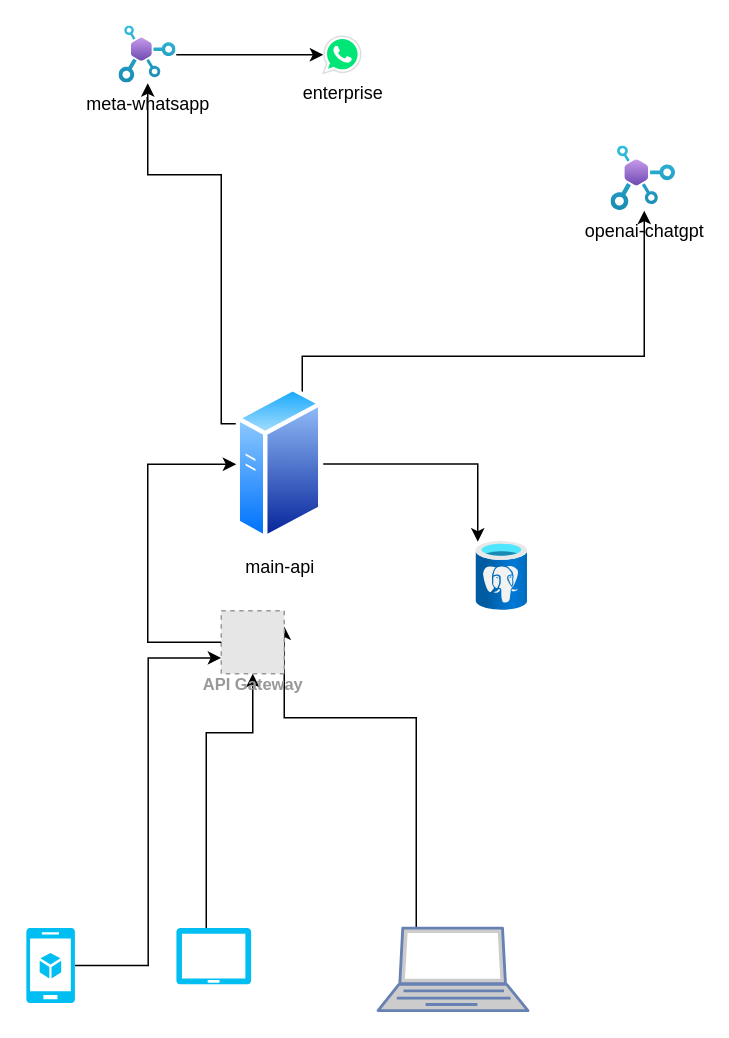
eacevedof/prj_python37 keeps this draw.io diagram as wa-chatgpt/infra.drawio. Above is the earlier version. Source tidied: cells renumbered, new cells numbered last; positions are measured from the earlier drawing's top-left corner, leaving out a move shared by most shapes. Both pictures are drawn from the tidied source at 150%, with x=0, y=0 at pixel (26, 26). Pictures stored in the file or linked from it are replaced by grey dashed boxes.
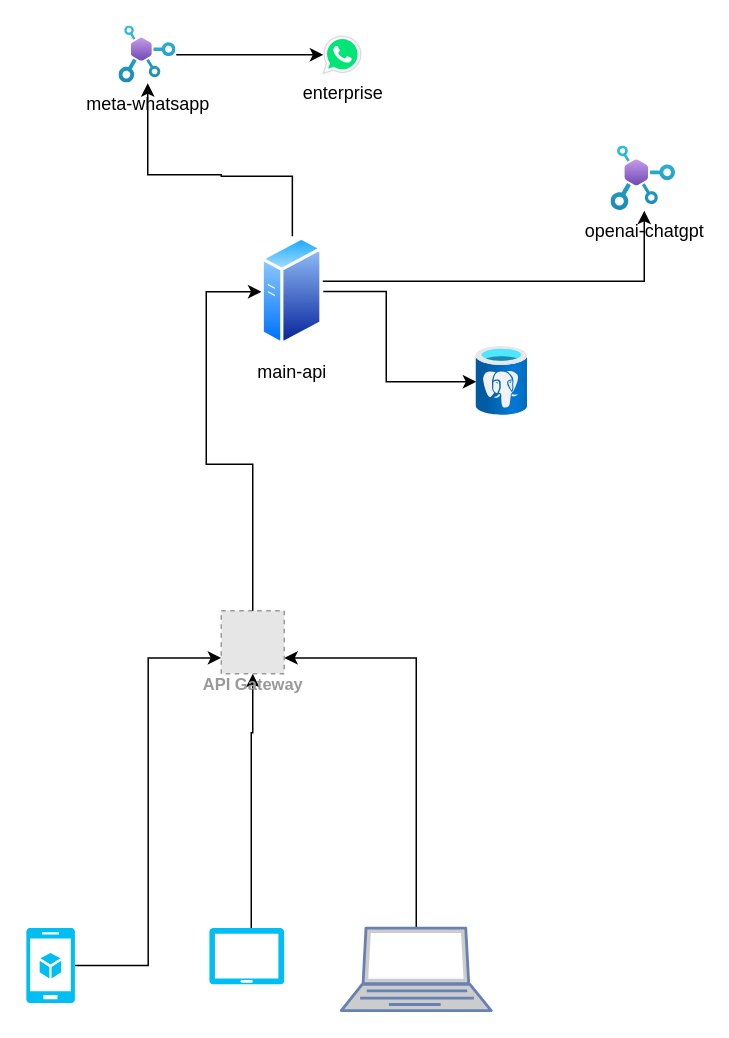
After the change.

Commit message (it also covers changes not shown here):
wa send message

The change refers to these unchanged cells:
```xml
<mxCell id="3" value="meta-whatsapp" style="image;html=1;points=[];align=center;fontSize=12;image=img/lib/azure2/web/API_Center.svg;" parent="1" vertex="1">
  <mxGeometry x="62" width="38" height="38" as="geometry" />
</mxCell>
<mxCell id="4" value="openai-chatgpt" style="image;html=1;points=[];align=center;fontSize=12;image=img/lib/azure2/web/API_Center.svg;" parent="1" vertex="1">
  <mxGeometry x="390" y="80" width="43" height="43" as="geometry" />
</mxCell>
<mxCell id="16" value="API Gateway" style="fillColor=#E6E6E6;strokeColor=#999999;dashed=1;html=1;verticalAlign=top;labelPosition=center;verticalLabelPosition=bottom;align=center;spacingTop=-6;fontSize=11;fontStyle=1;fontColor=#999999;" parent="1" vertex="1">
  <mxGeometry x="130" y="389.6" width="42" height="42" as="geometry" />
</mxCell>
```

Change to the diagram source:
```diff
@@
     <mxCell id="5" style="edgeStyle=orthogonalEdgeStyle;rounded=0;jettySize=auto;html=1;" parent="1" edge="1" source="8" target="9">
       <mxGeometry relative="1" as="geometry">
         <Array as="points">
-          <mxPoint x="301" y="292" />
+          <mxPoint x="240" y="177" />
+          <mxPoint x="240" y="237" />
         </Array>
       </mxGeometry>
     </mxCell>
     <mxCell id="6" style="edgeStyle=orthogonalEdgeStyle;rounded=0;jettySize=auto;html=1;" parent="1" edge="1" source="8" target="3">
       <mxGeometry relative="1" as="geometry">
         <Array as="points">
-          <mxPoint x="130" y="265" />
+          <mxPoint x="177" y="100" />
+          <mxPoint x="130" y="100" />
           <mxPoint x="130" y="99" />
+          <mxPoint x="81" y="99" />
         </Array>
       </mxGeometry>
     </mxCell>
     <mxCell id="7" style="edgeStyle=orthogonalEdgeStyle;rounded=0;jettySize=auto;html=1;" parent="1" edge="1" source="8" target="4">
       <mxGeometry relative="1" as="geometry">
         <Array as="points">
-          <mxPoint x="184" y="220" />
-          <mxPoint x="412" y="220" />
+          <mxPoint x="412" y="170" />
         </Array>
       </mxGeometry>
     </mxCell>
     <mxCell id="8" value="main-api&lt;div&gt;&lt;br&gt;&lt;/div&gt;" style="image;perimeter=ellipsePerimeter;html=1;align=center;shadow=0;dashed=0;spacingTop=3;image=img/lib/active_directory/generic_server.svg;" parent="1" vertex="1">
-      <mxGeometry x="140" y="240" width="58" height="103.6" as="geometry" />
+      <mxGeometry x="156.8" y="140" width="41.2" height="73.6" as="geometry" />
     </mxCell>
     <mxCell id="9" style="image;html=1;points=[];align=center;fontSize=12;image=img/lib/azure2/databases/Azure_Database_PostgreSQL_Server.svg;" parent="1" vertex="1">
-      <mxGeometry x="300" y="343.6" width="34.5" height="46" as="geometry" />
+      <mxGeometry x="300" y="213.6" width="34.5" height="46" as="geometry" />
     </mxCell>
@@
     <mxCell id="12" style="edgeStyle=orthogonalEdgeStyle;rounded=0;jettySize=auto;html=1;" parent="1" edge="1" source="13" target="16">
       <mxGeometry relative="1" as="geometry">
         <Array as="points">
-          <mxPoint x="120" y="471" />
+          <mxPoint x="150" y="471" />
+          <mxPoint x="151" y="471" />
         </Array>
       </mxGeometry>
     </mxCell>
     <mxCell id="13" style="verticalLabelPosition=bottom;html=1;verticalAlign=top;align=center;strokeColor=none;fillColor=#00BEF2;shape=mxgraph.azure.tablet;" parent="1" vertex="1">
-      <mxGeometry x="100" y="601.2" width="50" height="37.5" as="geometry" />
+      <mxGeometry x="122" y="601.2" width="50" height="37.5" as="geometry" />
     </mxCell>
-    <mxCell id="14" style="edgeStyle=orthogonalEdgeStyle;rounded=0;jettySize=auto;html=1;entryX=1;entryY=0.25;entryDx=0;entryDy=0;" parent="1" edge="1" source="15" target="16">
+    <mxCell id="14" style="edgeStyle=orthogonalEdgeStyle;rounded=0;jettySize=auto;html=1;entryX=1;entryY=0.75;entryDx=0;entryDy=0;" parent="1" edge="1" source="15" target="16">
       <mxGeometry relative="1" as="geometry">
         <Array as="points">
-          <mxPoint x="260" y="461" />
+          <mxPoint x="260" y="421" />
         </Array>
       </mxGeometry>
     </mxCell>
     <mxCell id="15" style="fontColor=#0066CC;verticalAlign=top;verticalLabelPosition=bottom;labelPosition=center;align=center;html=1;outlineConnect=0;fillColor=#CCCCCC;strokeColor=#6881B3;gradientColor=none;gradientDirection=north;strokeWidth=2;shape=mxgraph.networks.laptop;" parent="1" vertex="1">
-      <mxGeometry x="234.5" y="601.2" width="100" height="55" as="geometry" />
+      <mxGeometry x="210" y="601.2" width="100" height="55" as="geometry" />
     </mxCell>
@@
     <mxCell id="17" style="edgeStyle=orthogonalEdgeStyle;rounded=0;jettySize=auto;html=1;" parent="1" edge="1" source="16" target="8">
       <mxGeometry relative="1" as="geometry">
         <Array as="points">
-          <mxPoint x="81" y="292" />
+          <mxPoint x="151" y="292" />
+          <mxPoint x="120" y="292" />
+          <mxPoint x="120" y="177" />
         </Array>
       </mxGeometry>
     </mxCell>
```
